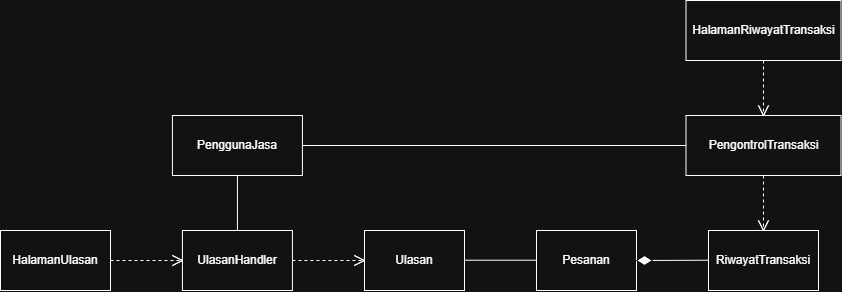
This is docs/M4/assets/diagram/UC14.png from EdwTorch/IF2150-RPL-K01-G03, a draw.io export, as it was before one commit. Source tidied: cells renumbered, new cells last; positions are measured from the earlier drawing's top-left corner, leaving out a move shared by most shapes. Source of this version:
```xml
<mxGraphModel>
  <root>
    <mxCell id="0" />
    <mxCell id="1" parent="0" />
    <mxCell id="2" value="HalamanUlasan" style="rounded=0;whiteSpace=wrap;html=1;" parent="1" vertex="1">
      <mxGeometry y="230" width="110" height="60" as="geometry" />
    </mxCell>
    <mxCell id="3" value="UlasanHandler" style="rounded=0;whiteSpace=wrap;html=1;" parent="1" vertex="1">
      <mxGeometry x="181.9" y="230" width="110" height="60" as="geometry" />
    </mxCell>
    <mxCell id="4" value="Ulasan" style="rounded=0;whiteSpace=wrap;html=1;" parent="1" vertex="1">
      <mxGeometry x="364" y="230" width="100" height="60" as="geometry" />
    </mxCell>
    <mxCell id="5" value="Pesanan" style="rounded=0;whiteSpace=wrap;html=1;" parent="1" vertex="1">
      <mxGeometry x="536" y="230" width="100" height="60" as="geometry" />
    </mxCell>
    <mxCell id="6" style="endArrow=none;html=1;rounded=0;exitX=1;exitY=0.5;exitDx=0;exitDy=0;entryX=0;entryY=0.5;entryDx=0;entryDy=0;" parent="1" edge="1">
      <mxGeometry relative="1" as="geometry">
        <mxPoint x="464" y="259.7" as="sourcePoint" />
        <mxPoint x="536" y="259.7" as="targetPoint" />
      </mxGeometry>
    </mxCell>
    <mxCell id="7" value="RiwayatTransaksi" style="rounded=0;whiteSpace=wrap;html=1;" parent="1" vertex="1">
      <mxGeometry x="708" y="230" width="110" height="60" as="geometry" />
    </mxCell>
    <mxCell id="8" style="endArrow=none;html=1;rounded=0;exitX=1;exitY=0.5;exitDx=0;exitDy=0;entryX=0;entryY=0.5;entryDx=0;entryDy=0;" parent="1" edge="1" source="5">
      <mxGeometry relative="1" as="geometry">
        <mxPoint x="708" y="259.7" as="targetPoint" />
      </mxGeometry>
    </mxCell>
    <mxCell id="9" value="PengontrolTransaksi" style="rounded=0;whiteSpace=wrap;html=1;" parent="1" vertex="1">
      <mxGeometry x="685.5" y="115" width="155" height="60" as="geometry" />
    </mxCell>
    <mxCell id="10" value="HalamanRiwayatTransaksi" style="rounded=0;whiteSpace=wrap;html=1;" parent="1" vertex="1">
      <mxGeometry x="685.5" width="155" height="60" as="geometry" />
    </mxCell>
    <mxCell id="11" value="PenggunaJasa" style="rounded=0;whiteSpace=wrap;html=1;" parent="1" vertex="1">
      <mxGeometry x="171.9" y="115" width="130" height="60" as="geometry" />
    </mxCell>
    <mxCell id="12" style="endArrow=none;html=1;rounded=0;exitX=0.5;exitY=0;exitDx=0;exitDy=0;entryX=0.5;entryY=1;entryDx=0;entryDy=0;" parent="1" edge="1" source="3" target="11">
      <mxGeometry relative="1" as="geometry" />
    </mxCell>
    <mxCell id="13" style="endArrow=none;html=1;rounded=0;exitX=1;exitY=0.5;exitDx=0;exitDy=0;entryX=0;entryY=0.5;entryDx=0;entryDy=0;" parent="1" edge="1" source="11" target="9">
      <mxGeometry relative="1" as="geometry" />
    </mxCell>
    <mxCell id="14" style="endArrow=none;dashed=1;html=1;rounded=0;entryX=0;entryY=0.5;entryDx=0;entryDy=0;exitX=1;exitY=0.5;exitDx=0;exitDy=0;" parent="1" edge="1" source="2" target="3">
      <mxGeometry relative="1" as="geometry" />
    </mxCell>
    <mxCell id="15" style="shape=step;perimeter=stepPerimeter;whiteSpace=wrap;html=1;shapeInside=1;fixedSize=1;" parent="1" vertex="1">
      <mxGeometry x="171.9" y="255" width="10" height="10" as="geometry" />
    </mxCell>
    <mxCell id="16" style="endArrow=none;dashed=1;html=1;rounded=0;entryX=0;entryY=0.5;entryDx=0;entryDy=0;exitX=1;exitY=0.5;exitDx=0;exitDy=0;" parent="1" edge="1">
      <mxGeometry relative="1" as="geometry">
        <mxPoint x="291.9" y="260" as="sourcePoint" />
        <mxPoint x="363.9" y="260" as="targetPoint" />
      </mxGeometry>
    </mxCell>
    <mxCell id="17" style="shape=step;perimeter=stepPerimeter;whiteSpace=wrap;html=1;shapeInside=1;fixedSize=1;" parent="1" vertex="1">
      <mxGeometry x="353.9" y="255" width="10" height="10" as="geometry" />
    </mxCell>
    <mxCell id="18" style="endArrow=none;dashed=1;html=1;rounded=0;entryX=0.5;entryY=0;entryDx=0;entryDy=0;exitX=0.5;exitY=1;exitDx=0;exitDy=0;" parent="1" edge="1" source="10" target="9">
      <mxGeometry relative="1" as="geometry" />
    </mxCell>
    <mxCell id="19" style="shape=step;perimeter=stepPerimeter;whiteSpace=wrap;html=1;shapeInside=1;fixedSize=1;rotation=90;" parent="1" vertex="1">
      <mxGeometry x="758" y="105" width="10" height="10" as="geometry" />
    </mxCell>
    <mxCell id="20" style="endArrow=none;dashed=1;html=1;rounded=0;entryX=0.5;entryY=0;entryDx=0;entryDy=0;exitX=0.5;exitY=1;exitDx=0;exitDy=0;" parent="1" edge="1">
      <mxGeometry relative="1" as="geometry">
        <mxPoint x="763" y="175" as="sourcePoint" />
        <mxPoint x="763" y="230" as="targetPoint" />
      </mxGeometry>
    </mxCell>
    <mxCell id="21" style="shape=step;perimeter=stepPerimeter;whiteSpace=wrap;html=1;shapeInside=1;fixedSize=1;rotation=90;" parent="1" vertex="1">
      <mxGeometry x="758" y="220" width="10" height="10" as="geometry" />
    </mxCell>
    <mxCell id="22" style="rhombus;whiteSpace=wrap;html=1;shapeInside=1;fillColor=light-dark(#FFFFFF,#FFFFFF);fillStyle=solid;gradientColor=none;perimeterSpacing=2;strokeColor=light-dark(#000000,#000000);fillOpacity=100;" parent="1" vertex="1">
      <mxGeometry x="636" y="255" width="16" height="10" as="geometry" />
    </mxCell>
  </root>
</mxGraphModel>
```
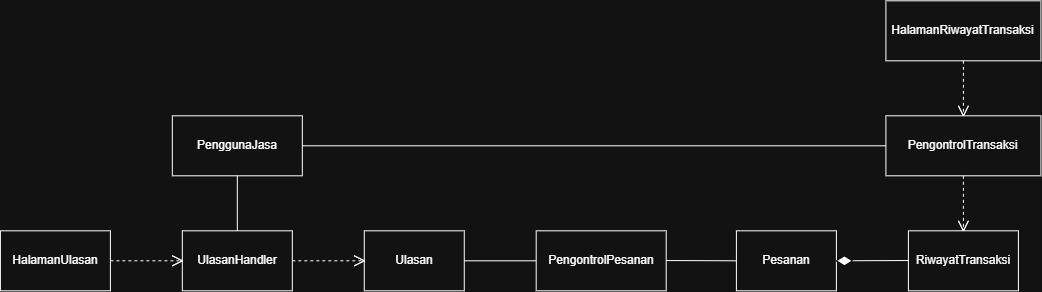
Later version of the same file.

Commit message:
docs: menambahkan C31 PengontrolPesanan pada UC14

The edit, as a diff of the source:
```diff
@@ -3,23 +3,17 @@
     <mxCell id="0" />
     <mxCell id="1" parent="0" />
     <mxCell id="2" value="HalamanUlasan" style="rounded=0;whiteSpace=wrap;html=1;" parent="1" vertex="1">
-      <mxGeometry y="230" width="110" height="60" as="geometry" />
+      <mxGeometry x="-200" y="230" width="110" height="60" as="geometry" />
     </mxCell>
     <mxCell id="3" value="UlasanHandler" style="rounded=0;whiteSpace=wrap;html=1;" parent="1" vertex="1">
-      <mxGeometry x="181.9" y="230" width="110" height="60" as="geometry" />
+      <mxGeometry x="-18.1" y="230" width="110" height="60" as="geometry" />
     </mxCell>
     <mxCell id="4" value="Ulasan" style="rounded=0;whiteSpace=wrap;html=1;" parent="1" vertex="1">
-      <mxGeometry x="364" y="230" width="100" height="60" as="geometry" />
+      <mxGeometry x="163.9" y="230" width="100" height="60" as="geometry" />
     </mxCell>
     <mxCell id="5" value="Pesanan" style="rounded=0;whiteSpace=wrap;html=1;" parent="1" vertex="1">
       <mxGeometry x="536" y="230" width="100" height="60" as="geometry" />
     </mxCell>
-    <mxCell id="6" style="endArrow=none;html=1;rounded=0;exitX=1;exitY=0.5;exitDx=0;exitDy=0;entryX=0;entryY=0.5;entryDx=0;entryDy=0;" parent="1" edge="1">
-      <mxGeometry relative="1" as="geometry">
-        <mxPoint x="464" y="259.7" as="sourcePoint" />
-        <mxPoint x="536" y="259.7" as="targetPoint" />
-      </mxGeometry>
-    </mxCell>
     <mxCell id="7" value="RiwayatTransaksi" style="rounded=0;whiteSpace=wrap;html=1;" parent="1" vertex="1">
       <mxGeometry x="708" y="230" width="110" height="60" as="geometry" />
     </mxCell>
@@ -35,7 +29,7 @@
       <mxGeometry x="685.5" width="155" height="60" as="geometry" />
     </mxCell>
     <mxCell id="11" value="PenggunaJasa" style="rounded=0;whiteSpace=wrap;html=1;" parent="1" vertex="1">
-      <mxGeometry x="171.9" y="115" width="130" height="60" as="geometry" />
+      <mxGeometry x="-28.1" y="115" width="130" height="60" as="geometry" />
     </mxCell>
     <mxCell id="12" style="endArrow=none;html=1;rounded=0;exitX=0.5;exitY=0;exitDx=0;exitDy=0;entryX=0.5;entryY=1;entryDx=0;entryDy=0;" parent="1" edge="1" source="3" target="11">
       <mxGeometry relative="1" as="geometry" />
@@ -47,16 +41,16 @@
       <mxGeometry relative="1" as="geometry" />
     </mxCell>
     <mxCell id="15" style="shape=step;perimeter=stepPerimeter;whiteSpace=wrap;html=1;shapeInside=1;fixedSize=1;" parent="1" vertex="1">
-      <mxGeometry x="171.9" y="255" width="10" height="10" as="geometry" />
+      <mxGeometry x="-28.1" y="255" width="10" height="10" as="geometry" />
     </mxCell>
     <mxCell id="16" style="endArrow=none;dashed=1;html=1;rounded=0;entryX=0;entryY=0.5;entryDx=0;entryDy=0;exitX=1;exitY=0.5;exitDx=0;exitDy=0;" parent="1" edge="1">
       <mxGeometry relative="1" as="geometry">
-        <mxPoint x="291.9" y="260" as="sourcePoint" />
-        <mxPoint x="363.9" y="260" as="targetPoint" />
+        <mxPoint x="91.9" y="260" as="sourcePoint" />
+        <mxPoint x="163.9" y="260" as="targetPoint" />
       </mxGeometry>
     </mxCell>
     <mxCell id="17" style="shape=step;perimeter=stepPerimeter;whiteSpace=wrap;html=1;shapeInside=1;fixedSize=1;" parent="1" vertex="1">
-      <mxGeometry x="353.9" y="255" width="10" height="10" as="geometry" />
+      <mxGeometry x="153.9" y="255" width="10" height="10" as="geometry" />
     </mxCell>
     <mxCell id="18" style="endArrow=none;dashed=1;html=1;rounded=0;entryX=0.5;entryY=0;entryDx=0;entryDy=0;exitX=0.5;exitY=1;exitDx=0;exitDy=0;" parent="1" edge="1" source="10" target="9">
       <mxGeometry relative="1" as="geometry" />
@@ -76,5 +70,16 @@
     <mxCell id="22" style="rhombus;whiteSpace=wrap;html=1;shapeInside=1;fillColor=light-dark(#FFFFFF,#FFFFFF);fillStyle=solid;gradientColor=none;perimeterSpacing=2;strokeColor=light-dark(#000000,#000000);fillOpacity=100;" parent="1" vertex="1">
       <mxGeometry x="636" y="255" width="16" height="10" as="geometry" />
     </mxCell>
+    <mxCell id="23" value="PengontrolPesanan" style="rounded=0;whiteSpace=wrap;html=1;" parent="1" vertex="1">
+      <mxGeometry x="335.8" y="230" width="130" height="60" as="geometry" />
+    </mxCell>
+    <mxCell id="24" style="endArrow=none;html=1;rounded=0;exitX=1;exitY=0.5;exitDx=0;exitDy=0;entryX=0;entryY=0.5;entryDx=0;entryDy=0;" parent="1" edge="1" source="4" target="23">
+      <mxGeometry relative="1" as="geometry" />
+    </mxCell>
+    <mxCell id="25" style="endArrow=none;html=1;rounded=0;exitX=1;exitY=0.5;exitDx=0;exitDy=0;entryX=0;entryY=0.5;entryDx=0;entryDy=0;" parent="1" edge="1" target="5">
+      <mxGeometry relative="1" as="geometry">
+        <mxPoint x="465.8" y="259.7" as="sourcePoint" />
+      </mxGeometry>
+    </mxCell>
   </root>
 </mxGraphModel>
```
